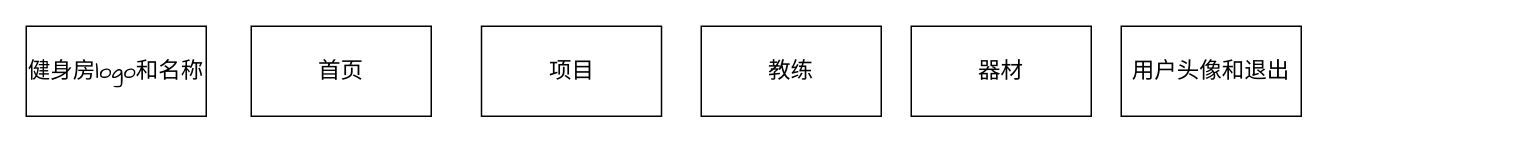
This is 健身房管理会员界面.drawio from xljya/image, a draw.io file, before an edit. Source tidied: cells renumbered, new cells numbered last; positions are measured from the earlier drawing's top-left corner, leaving out a move shared by most shapes. Both pictures are drawn from the tidied source at 150%, with x=0, y=0 at pixel (26, 26).
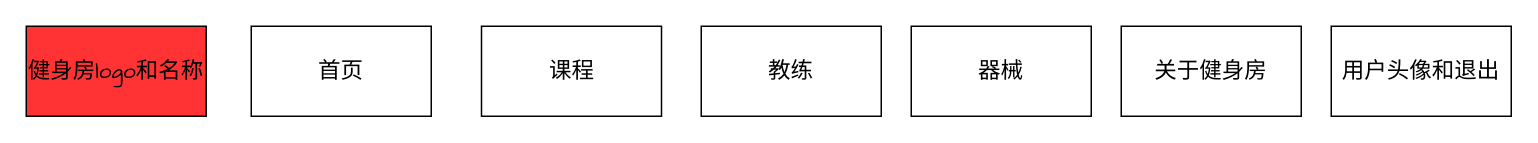
The same diagram, later.

Commit message:
更新健身房管理会员界面.drawio

The edit, as a diff of the source:
```diff
@@
 <mxGraphModel>
   <root>
     <mxCell id="0" />
     <mxCell id="1" parent="0" />
-    <mxCell id="2" value="&lt;font style=&quot;font-size: 15px;&quot; face=&quot;Comic Sans MS&quot;&gt;健身房logo和名称&lt;/font&gt;" style="rounded=0;whiteSpace=wrap;html=1;" parent="1" vertex="1">
+    <mxCell id="2" value="&lt;font style=&quot;font-size: 15px;&quot; face=&quot;Comic Sans MS&quot;&gt;健身房logo和名称&lt;/font&gt;" style="rounded=0;whiteSpace=wrap;html=1;fillColor=#FF3333;" parent="1" vertex="1">
       <mxGeometry width="120" height="60" as="geometry" />
     </mxCell>
     <mxCell id="3" value="&lt;font style=&quot;font-size: 15px;&quot; face=&quot;Comic Sans MS&quot;&gt;首页&lt;/font&gt;" style="rounded=0;whiteSpace=wrap;html=1;" parent="1" vertex="1">
       <mxGeometry x="150" width="120" height="60" as="geometry" />
     </mxCell>
     <mxCell id="4" value="&lt;font style=&quot;font-size: 15px;&quot; face=&quot;Comic Sans MS&quot;&gt;教练&lt;/font&gt;" style="rounded=0;whiteSpace=wrap;html=1;" parent="1" vertex="1">
       <mxGeometry x="450" width="120" height="60" as="geometry" />
     </mxCell>
-    <mxCell id="5" value="&lt;font style=&quot;font-size: 15px;&quot; face=&quot;Comic Sans MS&quot;&gt;器材&lt;/font&gt;" style="rounded=0;whiteSpace=wrap;html=1;" parent="1" vertex="1">
+    <mxCell id="5" value="&lt;font style=&quot;font-size: 15px;&quot; face=&quot;Comic Sans MS&quot;&gt;器械&lt;/font&gt;" style="rounded=0;whiteSpace=wrap;html=1;" parent="1" vertex="1">
       <mxGeometry x="590" width="120" height="60" as="geometry" />
     </mxCell>
-    <mxCell id="6" value="&lt;font face=&quot;Comic Sans MS&quot; style=&quot;font-size: 15px;&quot;&gt;项目&lt;/font&gt;" style="rounded=0;whiteSpace=wrap;html=1;" parent="1" vertex="1">
+    <mxCell id="6" value="&lt;font face=&quot;Comic Sans MS&quot;&gt;&lt;span style=&quot;font-size: 15px;&quot;&gt;课程&lt;/span&gt;&lt;/font&gt;" style="rounded=0;whiteSpace=wrap;html=1;" parent="1" vertex="1">
       <mxGeometry x="303.5" width="120" height="60" as="geometry" />
     </mxCell>
     <mxCell id="7" value="&lt;font style=&quot;font-size: 15px;&quot; face=&quot;Comic Sans MS&quot;&gt;用户头像和退出&lt;/font&gt;" style="rounded=0;whiteSpace=wrap;html=1;" parent="1" vertex="1">
-      <mxGeometry x="730" width="120" height="60" as="geometry" />
+      <mxGeometry x="870" width="120" height="60" as="geometry" />
     </mxCell>
+    <mxCell id="8" value="&lt;font style=&quot;font-size: 15px;&quot; face=&quot;Comic Sans MS&quot;&gt;关于健身房&lt;/font&gt;" style="rounded=0;whiteSpace=wrap;html=1;fillColor=#FFFFFF;" parent="1" vertex="1">
+      <mxGeometry x="730" width="120" height="60" as="geometry" />
+    </mxCell>
   </root>
 </mxGraphModel>
```
